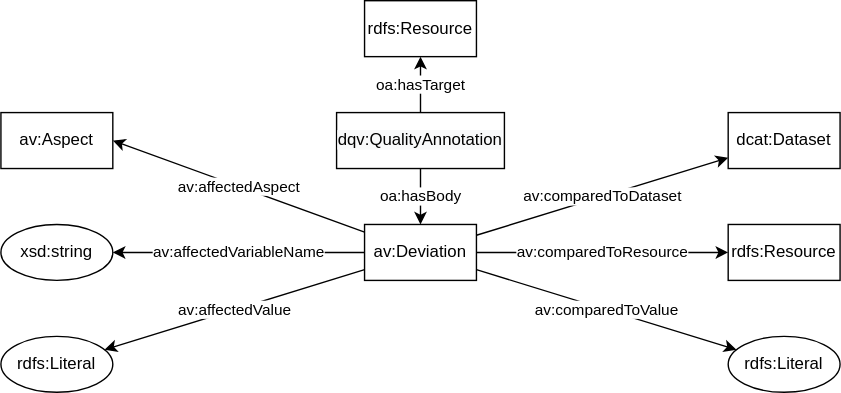
Above: deviationGraph.svg in fusion-jena/abecto-vocabulary (draw.io), before the change. Source tidied: cells renumbered, new cells last; positions are measured from the earlier drawing's top-left corner, leaving out a move shared by most shapes.
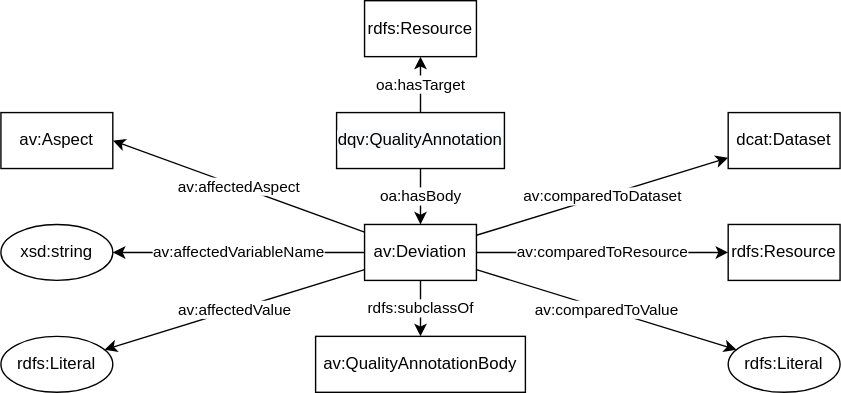
The same diagram one commit later.

The edit, as a diff of the source:
```diff
@@ -53,5 +53,11 @@
     <mxCell id="18" value="av:affectedValue" style="edgeStyle=none;rounded=0;jettySize=auto;html=1;" parent="1" edge="1" source="4" target="17">
       <mxGeometry relative="1" as="geometry" />
     </mxCell>
+    <mxCell id="19" value="av:QualityAnnotationBody" style="whiteSpace=wrap;html=1;" parent="1" vertex="1">
+      <mxGeometry x="225" y="240" width="150" height="40" as="geometry" />
+    </mxCell>
+    <mxCell id="20" value="rdfs:subclassOf" style="edgeStyle=none;rounded=0;jettySize=auto;html=1;" parent="1" edge="1" source="4" target="19">
+      <mxGeometry relative="1" as="geometry" />
+    </mxCell>
   </root>
 </mxGraphModel>
```
